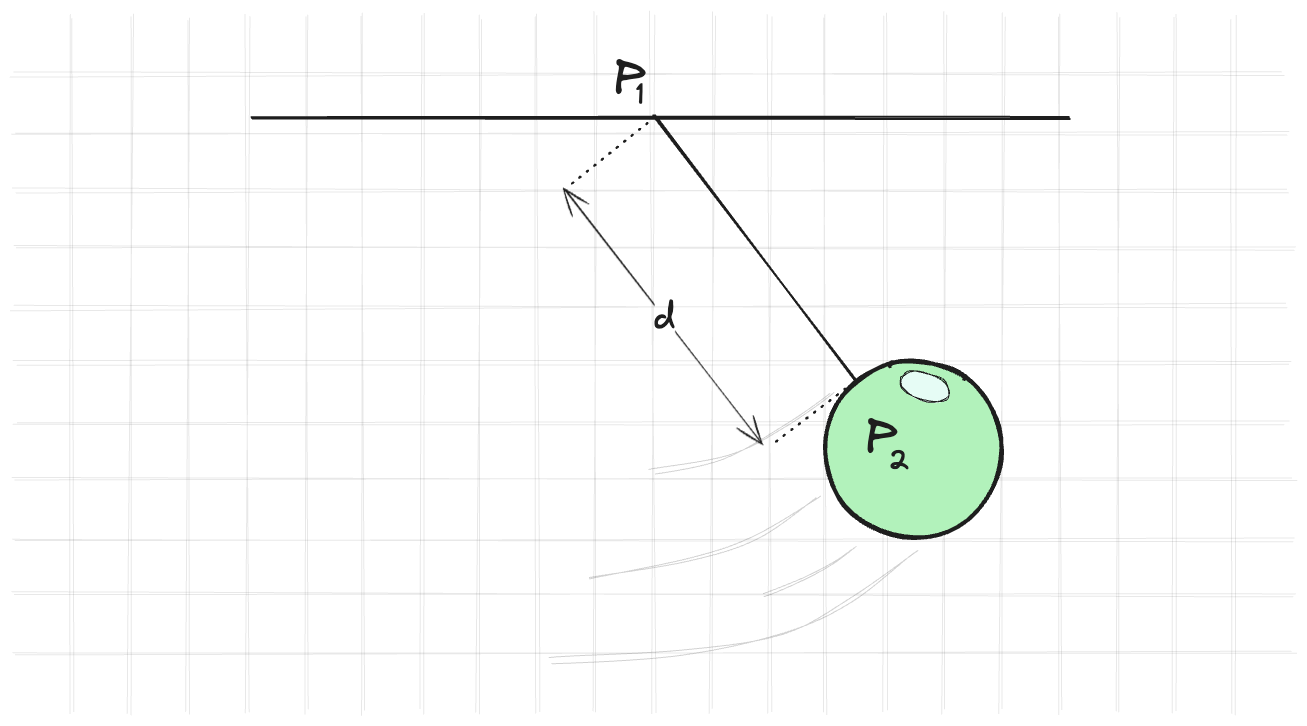
Earlier version of the Excalidraw export assets/images/constraints/point_pendulum.excalidraw.png (kozakromch/game_physics_2). Source tidied: one line per element, renumbered; positions are measured from the earlier drawing's top-left corner, leaving out a move shared by most shapes.
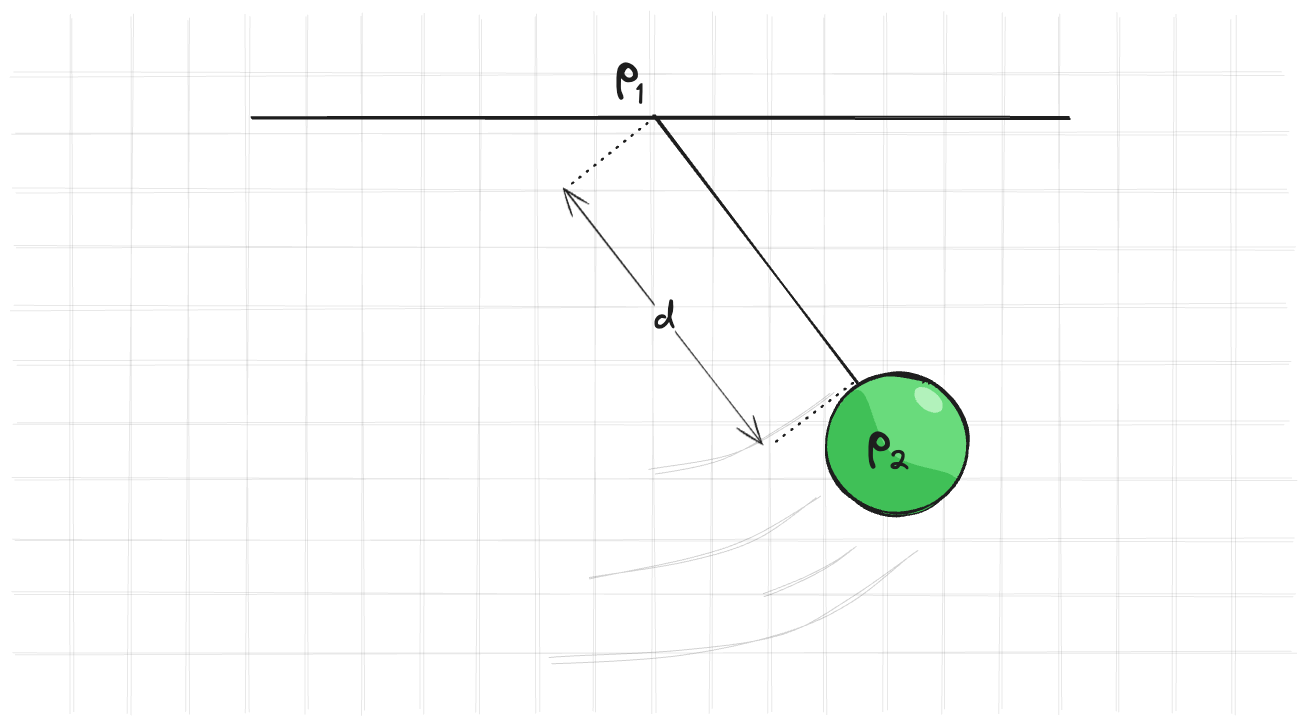
The same diagram one commit later.

The edit, as a diff of the source:
```diff
@@ -32,17 +32,19 @@
 {"id": 31, "type": "line", "strokeColor": "#1e1e1e", "angle": 1.57, "backgroundColor": "#b2f2bb", "fillStyle": "hachure", "strokeWidth": 1, "roughness": 2, "opacity": 10, "round": true, "x": 987, "y": 313, "width": 696, "height": 0, "points": [[0, 0], [696, 0]]}
 {"id": 32, "type": "line", "strokeColor": "#1e1e1e", "strokeWidth": 2, "roughness": 1, "round": true, "x": 527, "y": 68, "width": 819, "height": 0, "points": [[0, 0], [819, 0]]}
 {"id": 33, "type": "line", "strokeColor": "#1e1e1e", "strokeWidth": 2, "roughness": 1, "round": true, "x": 929, "y": 63, "width": 203, "height": 268, "points": [[0, 0], [203, 268]]}
-{"id": 34, "type": "ellipse", "strokeColor": "#1e1e1e", "backgroundColor": "#b2f2bb", "fillStyle": "solid", "strokeWidth": 4, "roughness": 1, "round": true, "x": 1101, "y": 310, "width": 177, "height": 177}
 {"id": 35, "type": "line", "strokeColor": "#1e1e1e", "strokeWidth": 1, "roughness": 2, "opacity": 20, "round": true, "x": 1191, "y": 503, "width": 365, "height": 107, "points": [[0, 0], [-65, 46], [-132, 82], [-238, 100], [-365, 107]]}
 {"id": 36, "type": "line", "strokeColor": "#1e1e1e", "strokeWidth": 1, "roughness": 2, "opacity": 20, "round": true, "x": 1094, "y": 445, "width": 228, "height": 84, "points": [[0, 0], [-61, 41], [-129, 63], [-228, 84]]}
 {"id": 37, "type": "line", "strokeColor": "#1e1e1e", "strokeWidth": 1, "roughness": 2, "opacity": 20, "round": true, "x": 1108, "y": 340, "width": 179, "height": 81, "points": [[0, 0], [-49, 35], [-107, 66], [-179, 81]]}
 {"id": 38, "type": "line", "strokeColor": "#1e1e1e", "strokeWidth": 1, "roughness": 2, "opacity": 20, "round": true, "x": 1131, "y": 498, "width": 93, "height": 44, "points": [[0, 0], [-23, 15], [-51, 28], [-93, 44]]}
+{"id": 48, "type": "ellipse", "strokeColor": "#1e1e1e", "angle": 4.84, "backgroundColor": "#69db7c", "fillStyle": "solid", "strokeWidth": 2, "roughness": 1, "x": 1102, "y": 322, "width": 142, "height": 142}
+{"id": 49, "type": "line", "strokeColor": "transparent", "angle": 0.53, "backgroundColor": "#40c057", "fillStyle": "solid", "strokeWidth": 1, "roughness": 0, "round": true, "x": 1154, "y": 459, "width": 139, "height": 97, "points": [[0, 0], [-23, -7], [-41, -20], [-56, -42], [-60, -72], [-48, -97], [8, -58], [70, -70], [79, -61], [71, -35], [57, -17], [33, -3], [0, 0]]}
+{"id": 50, "type": "ellipse", "strokeColor": "transparent", "angle": 0.7, "backgroundColor": "#b2f2bb", "fillStyle": "solid", "strokeWidth": 1, "roughness": 1, "round": true, "x": 1188, "y": 339, "width": 33, "height": 19}
+{"id": 51, "type": "ellipse", "strokeColor": "#1e1e1e", "strokeWidth": 2, "roughness": 1, "round": true, "x": 1102, "y": 323, "width": 142, "height": 139}
-{"id": 39, "type": "text", "text": "P", "strokeColor": "#1e1e1e", "strokeWidth": 2, "roughness": 1, "fontSize": 47.73, "fontFamily": 1, "x": 891, "y": 0, "width": 32, "height": 60}
+{"id": 39, "type": "text", "text": "p", "strokeColor": "#1e1e1e", "strokeWidth": 2, "roughness": 1, "fontSize": 47.73, "fontFamily": 1, "x": 891, "y": -12, "width": 24, "height": 60}
-{"id": 40, "type": "text", "text": "P", "strokeColor": "#1e1e1e", "strokeWidth": 2, "roughness": 1, "fontSize": 47.73, "fontFamily": 1, "x": 1143, "y": 359, "width": 32, "height": 60}
+{"id": 40, "type": "text", "text": "p", "strokeColor": "#1e1e1e", "strokeWidth": 2, "roughness": 1, "fontSize": 47.73, "fontFamily": 1, "x": 1144, "y": 358, "width": 24, "height": 60}
 {"id": 41, "type": "text", "text": "1", "strokeColor": "#1e1e1e", "strokeWidth": 2, "roughness": 1, "fontSize": 29.31, "fontFamily": 1, "x": 912, "y": 26, "width": 8, "height": 37}
 {"id": 42, "type": "text", "text": "2", "strokeColor": "#1e1e1e", "strokeWidth": 2, "roughness": 1, "fontSize": 29.31, "fontFamily": 1, "x": 1164, "y": 391, "width": 21, "height": 37}
 {"id": 43, "type": "arrow", "strokeColor": "#1e1e1e", "angle": 3.17, "backgroundColor": "#a5d8ff", "fillStyle": "cross-hatch", "strokeWidth": 1, "roughness": 1, "startArrowhead": "arrow", "endArrowhead": "arrow", "round": true, "x": 836, "y": 141, "width": 206, "height": 249, "points": [[0, 0], [206, 249]]}
 {"id": 44, "type": "text", "text": "d", "strokeColor": "#1e1e1e", "backgroundColor": "#a5d8ff", "fillStyle": "cross-hatch", "strokeWidth": 1, "strokeStyle": "dotted", "roughness": 1, "fontSize": 36, "fontFamily": 1, "textAlign": "center", "verticalAlign": "middle", "inside": 43, "x": 901, "y": 175, "width": 20, "height": 45}
 {"id": 45, "type": "line", "strokeColor": "#1e1e1e", "angle": 3.17, "backgroundColor": "#a5d8ff", "fillStyle": "cross-hatch", "strokeWidth": 2, "strokeStyle": "dotted", "roughness": 1, "round": true, "x": 1053, "y": 392, "width": 75, "height": 62, "points": [[0, 0], [75, -62]]}
 {"id": 46, "type": "line", "strokeColor": "#1e1e1e", "angle": 3.17, "backgroundColor": "#a5d8ff", "fillStyle": "cross-hatch", "strokeWidth": 2, "strokeStyle": "dotted", "roughness": 1, "round": true, "x": 843, "y": 137, "width": 80, "height": 67, "points": [[0, 0], [80, -67]]}
-{"id": 47, "type": "ellipse", "strokeColor": "#1e1e1e", "angle": 5.05, "backgroundColor": "#e6fcf5", "fillStyle": "solid", "strokeWidth": 1, "roughness": 1, "round": true, "x": 1187, "y": 310, "width": 28, "height": 51}
```
